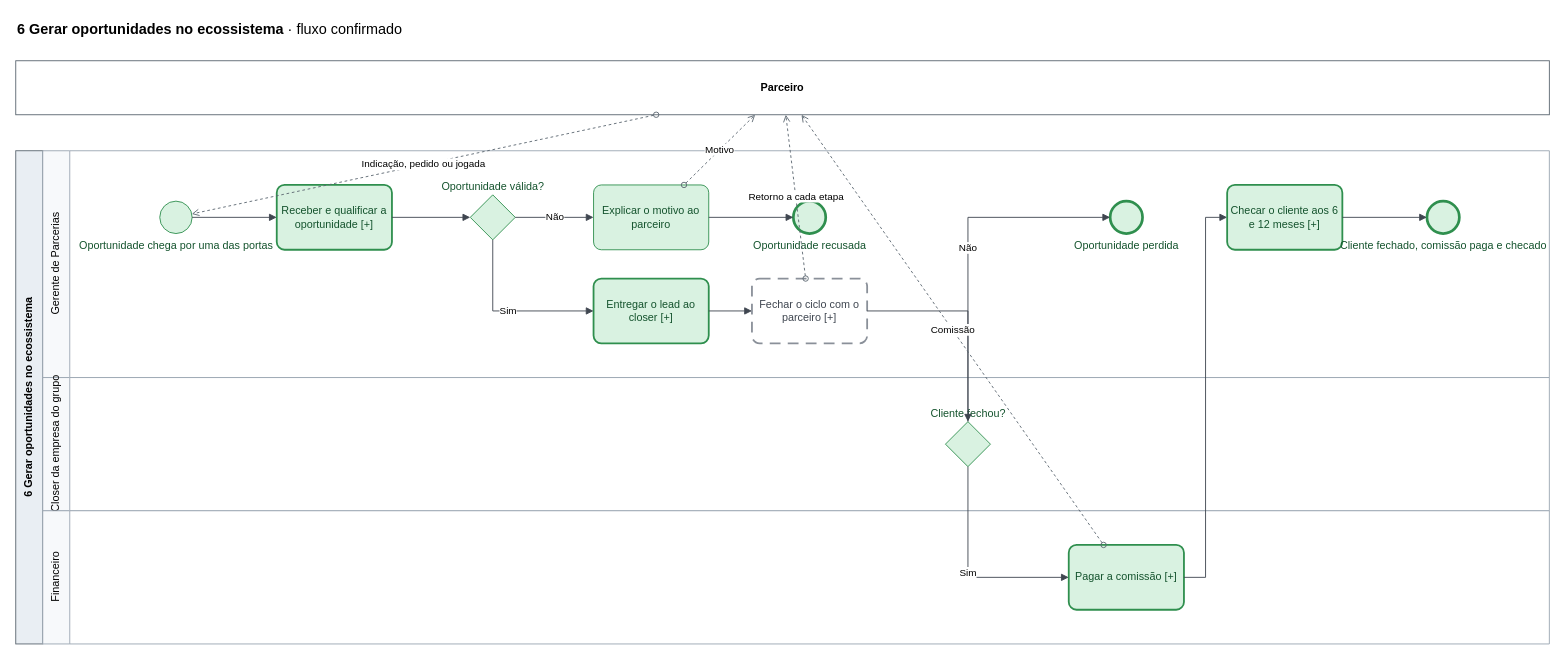
The draw.io diagram page "6 Gerar oportunidades no ecossistema" (10 of 15) of mapeamentos/wise-partners-to-be/saidas/mapa.drawio in Guilherme-MFaccin/Wise-Partners, before the edit. Source tidied: cells renumbered, new cells numbered last; positions are measured from the earlier drawing's top-left corner, leaving out a move shared by most shapes. Both pictures are drawn from the tidied source at 90%, with x=0, y=0 at pixel (15, 15).
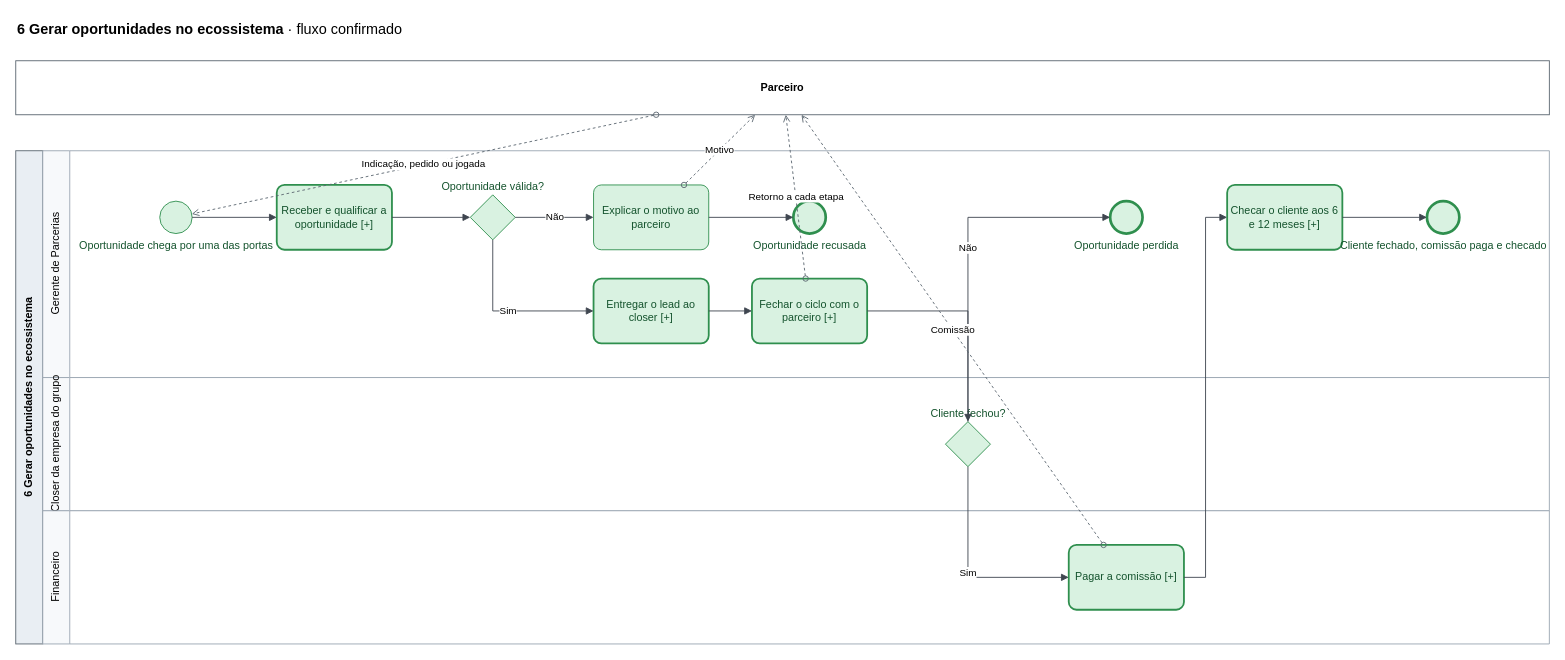
After the change.

Change to the diagram source:
```diff
@@
-    <mxCell id="13" value="Fechar o ciclo com o parceiro [+]" style="rounded=1;whiteSpace=wrap;html=1;arcSize=12;strokeWidth=2;fillColor=#FFFFFF;strokeColor=#8A9099;fontColor=#3F4650;dashed=1;dashPattern=6 4;" parent="1" vertex="1">
+    <mxCell id="13" value="Fechar o ciclo com o parceiro [+]" style="rounded=1;whiteSpace=wrap;html=1;arcSize=12;strokeWidth=2;fillColor=#D9F2E1;strokeColor=#2F8F4E;fontColor=#14532D;" parent="1" vertex="1">
       <mxGeometry x="818" y="292" width="128" height="72" as="geometry" />
     </mxCell>
```
